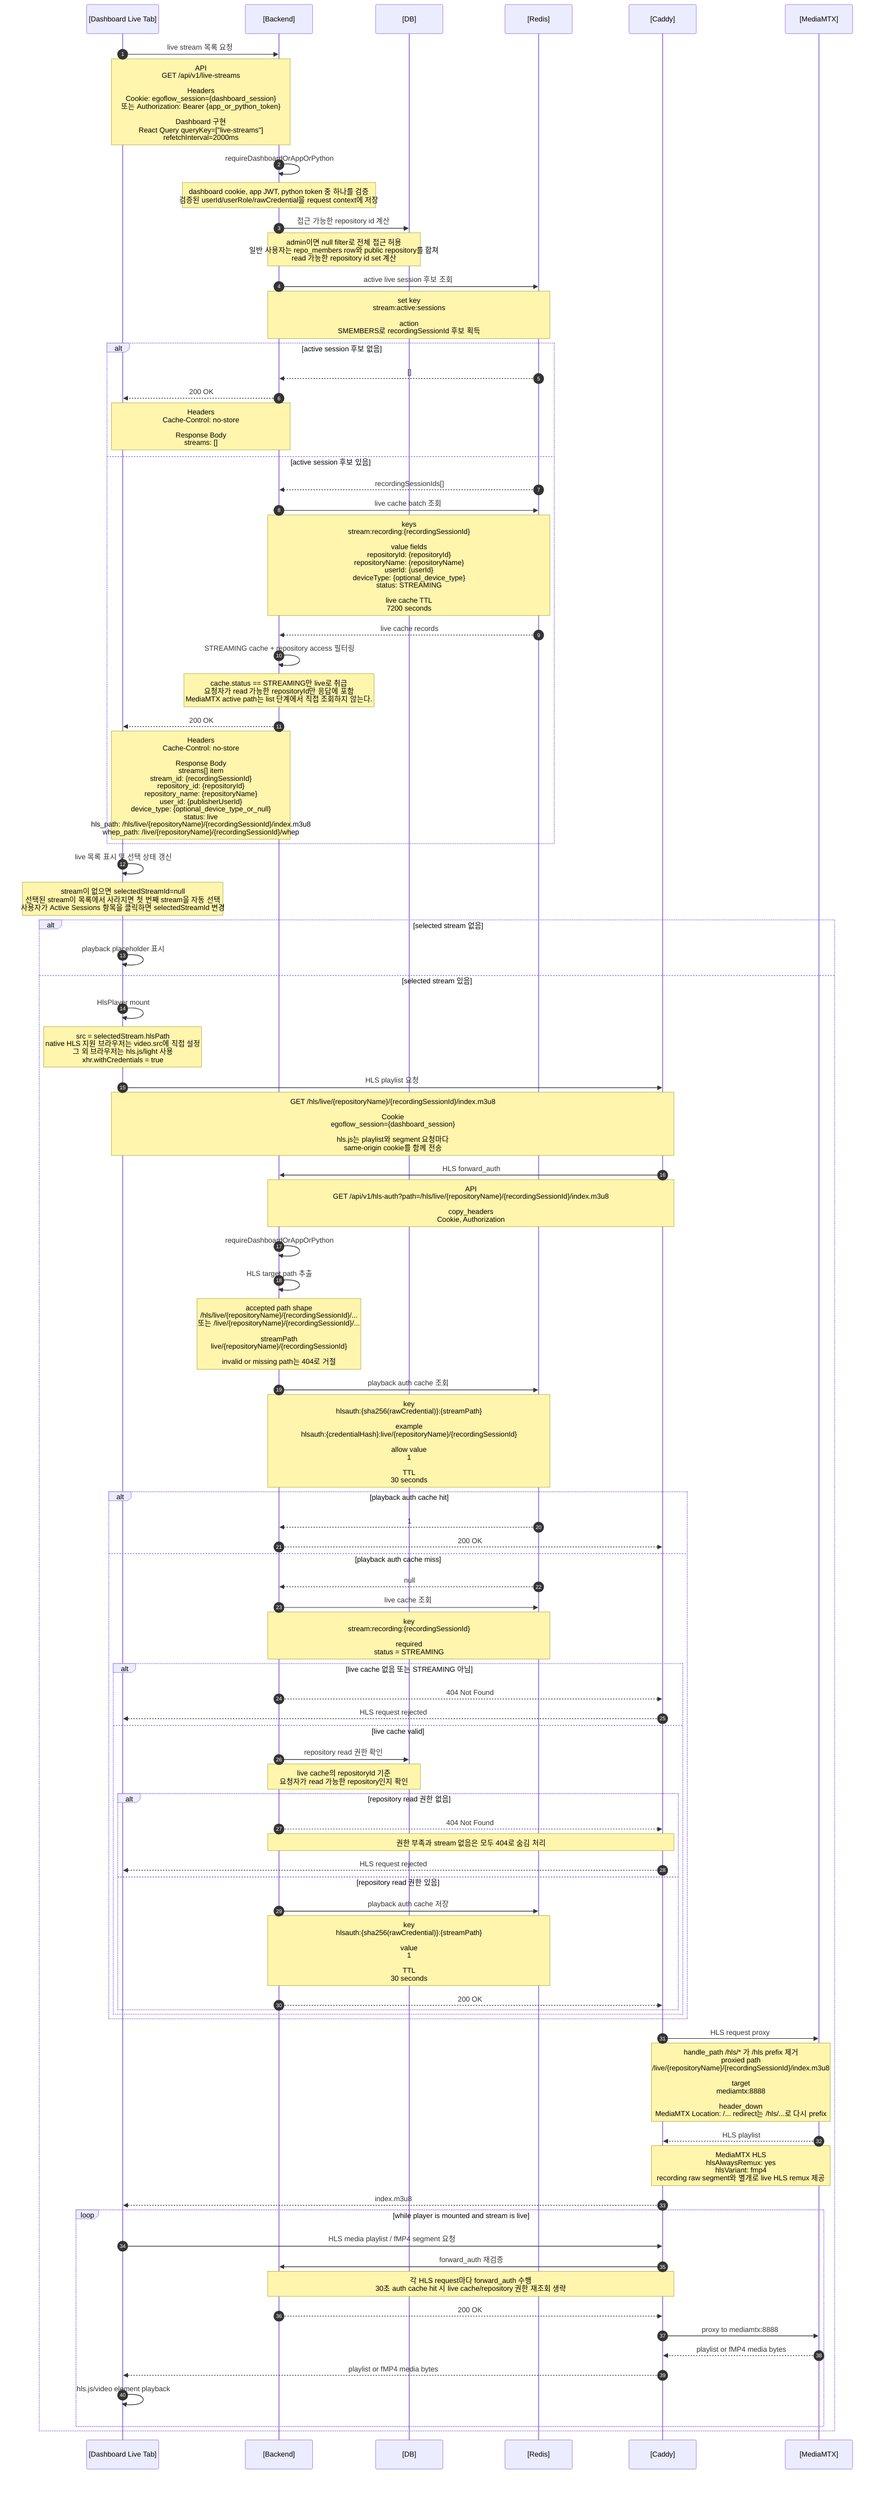
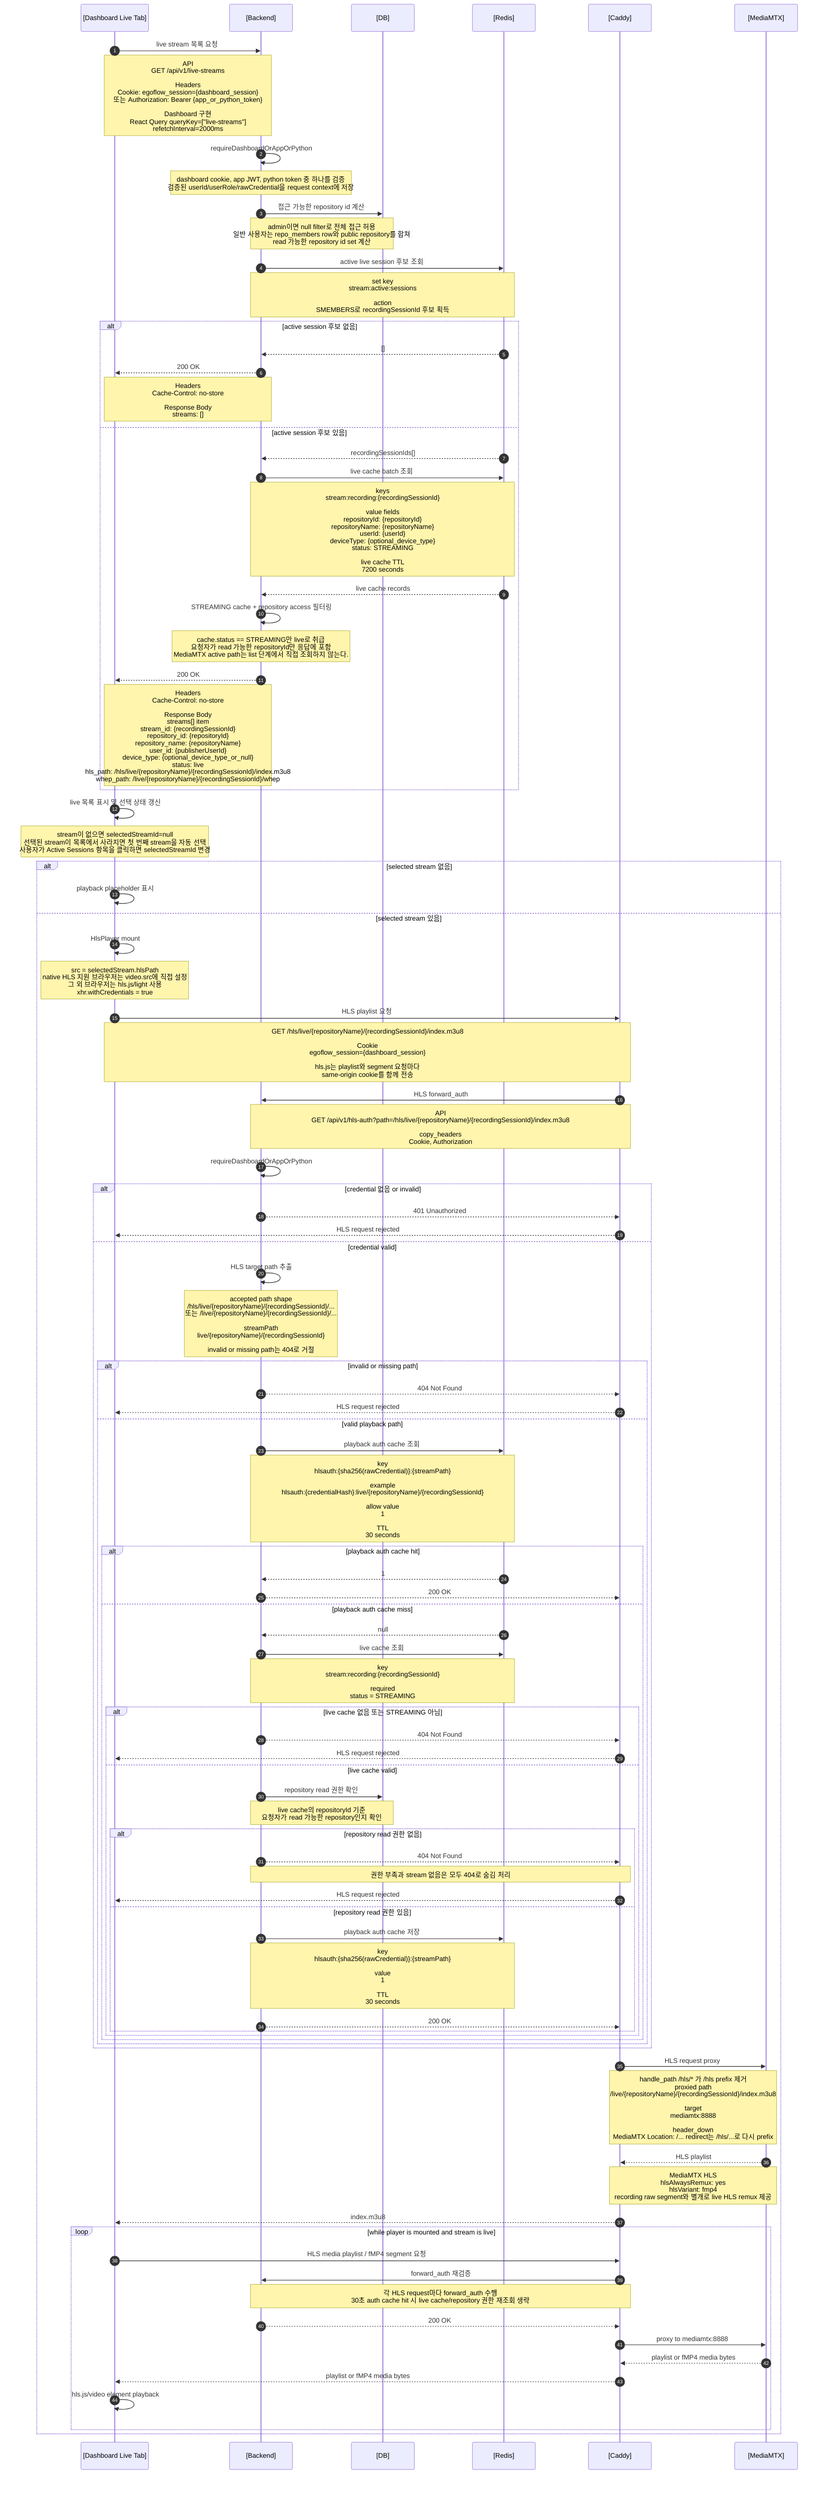
sequenceDiagram
  autonumber
  participant Dashboard as [Dashboard Live Tab]
  participant Backend as [Backend]
  participant DB as [DB]
  participant Redis as [Redis]
  participant Caddy as [Caddy]
  participant MTX as [MediaMTX]

  Dashboard->>Backend: live stream 목록 요청
  Note over Dashboard,Backend: API<br/>GET /api/v1/live-streams<br/><br/>Headers<br/>Cookie: egoflow_session={dashboard_session}<br/>또는 Authorization: Bearer {app_or_python_token}<br/><br/>Dashboard 구현<br/>React Query queryKey=["live-streams"]<br/>refetchInterval=2000ms

  Backend->>Backend: requireDashboardOrAppOrPython
  Note over Backend: dashboard cookie, app JWT, python token 중 하나를 검증<br/>검증된 userId/userRole/rawCredential을 request context에 저장

  Backend->>DB: 접근 가능한 repository id 계산
  Note over Backend,DB: admin이면 null filter로 전체 접근 허용<br/>일반 사용자는 repo_members row와 public repository를 합쳐<br/>read 가능한 repository id set 계산

  Backend->>Redis: active live session 후보 조회
  Note over Backend,Redis: set key<br/>stream:active:sessions<br/><br/>action<br/>SMEMBERS로 recordingSessionId 후보 획득

  alt active session 후보 없음
    Redis-->>Backend: []
    Backend-->>Dashboard: 200 OK
    Note over Backend,Dashboard: Headers<br/>Cache-Control: no-store<br/><br/>Response Body<br/>streams: []
  else active session 후보 있음
    Redis-->>Backend: recordingSessionIds[]
    Backend->>Redis: live cache batch 조회
    Note over Backend,Redis: keys<br/>stream:recording:{recordingSessionId}<br/><br/>value fields<br/>repositoryId: {repositoryId}<br/>repositoryName: {repositoryName}<br/>userId: {userId}<br/>deviceType: {optional_device_type}<br/>status: STREAMING<br/><br/>live cache TTL<br/>7200 seconds

    Redis-->>Backend: live cache records
    Backend->>Backend: STREAMING cache + repository access 필터링
    Note over Backend: cache.status == STREAMING만 live로 취급<br/>요청자가 read 가능한 repositoryId만 응답에 포함<br/>MediaMTX active path는 list 단계에서 직접 조회하지 않는다.

    Backend-->>Dashboard: 200 OK
    Note over Backend,Dashboard: Headers<br/>Cache-Control: no-store<br/><br/>Response Body<br/>streams[] item<br/>stream_id: {recordingSessionId}<br/>repository_id: {repositoryId}<br/>repository_name: {repositoryName}<br/>user_id: {publisherUserId}<br/>device_type: {optional_device_type_or_null}<br/>status: live<br/>hls_path: /hls/live/{repositoryName}/{recordingSessionId}/index.m3u8<br/>whep_path: /live/{repositoryName}/{recordingSessionId}/whep
  end

  Dashboard->>Dashboard: live 목록 표시 및 선택 상태 갱신
  Note over Dashboard: stream이 없으면 selectedStreamId=null<br/>선택된 stream이 목록에서 사라지면 첫 번째 stream을 자동 선택<br/>사용자가 Active Sessions 항목을 클릭하면 selectedStreamId 변경

  alt selected stream 없음
    Dashboard->>Dashboard: playback placeholder 표시
  else selected stream 있음
    Dashboard->>Dashboard: HlsPlayer mount
    Note over Dashboard: src = selectedStream.hlsPath<br/>native HLS 지원 브라우저는 video.src에 직접 설정<br/>그 외 브라우저는 hls.js/light 사용<br/>xhr.withCredentials = true

    Dashboard->>Caddy: HLS playlist 요청
    Note over Dashboard,Caddy: GET /hls/live/{repositoryName}/{recordingSessionId}/index.m3u8<br/><br/>Cookie<br/>egoflow_session={dashboard_session}<br/><br/>hls.js는 playlist와 segment 요청마다<br/>same-origin cookie를 함께 전송

    Caddy->>Backend: HLS forward_auth
    Note over Caddy,Backend: API<br/>GET /api/v1/hls-auth?path=/hls/live/{repositoryName}/{recordingSessionId}/index.m3u8<br/><br/>copy_headers<br/>Cookie, Authorization

    Backend->>Backend: requireDashboardOrAppOrPython
+     alt credential 없음 or invalid
+       Backend-->>Caddy: 401 Unauthorized
+       Caddy-->>Dashboard: HLS request rejected
+     else credential valid
    Backend->>Backend: HLS target path 추출
    Note over Backend: accepted path shape<br/>/hls/live/{repositoryName}/{recordingSessionId}/...<br/>또는 /live/{repositoryName}/{recordingSessionId}/...<br/><br/>streamPath<br/>live/{repositoryName}/{recordingSessionId}<br/><br/>invalid or missing path는 404로 거절

+     alt invalid or missing path
+       Backend-->>Caddy: 404 Not Found
+       Caddy-->>Dashboard: HLS request rejected
+     else valid playback path
    Backend->>Redis: playback auth cache 조회
    Note over Backend,Redis: key<br/>hlsauth:{sha256(rawCredential)}:{streamPath}<br/><br/>example<br/>hlsauth:{credentialHash}:live/{repositoryName}/{recordingSessionId}<br/><br/>allow value<br/>1<br/><br/>TTL<br/>30 seconds

    alt playback auth cache hit
      Redis-->>Backend: 1
      Backend-->>Caddy: 200 OK
    else playback auth cache miss
      Redis-->>Backend: null
      Backend->>Redis: live cache 조회
      Note over Backend,Redis: key<br/>stream:recording:{recordingSessionId}<br/><br/>required<br/>status = STREAMING

      alt live cache 없음 또는 STREAMING 아님
        Backend-->>Caddy: 404 Not Found
        Caddy-->>Dashboard: HLS request rejected
      else live cache valid
        Backend->>DB: repository read 권한 확인
        Note over Backend,DB: live cache의 repositoryId 기준<br/>요청자가 read 가능한 repository인지 확인

        alt repository read 권한 없음
          Backend-->>Caddy: 404 Not Found
          Note over Backend,Caddy: 권한 부족과 stream 없음은 모두 404로 숨김 처리
          Caddy-->>Dashboard: HLS request rejected
        else repository read 권한 있음
          Backend->>Redis: playback auth cache 저장
          Note over Backend,Redis: key<br/>hlsauth:{sha256(rawCredential)}:{streamPath}<br/><br/>value<br/>1<br/><br/>TTL<br/>30 seconds
          Backend-->>Caddy: 200 OK
        end
      end
    end
+     end
+     end

    Caddy->>MTX: HLS request proxy
    Note over Caddy,MTX: handle_path /hls/* 가 /hls prefix 제거<br/>proxied path<br/>/live/{repositoryName}/{recordingSessionId}/index.m3u8<br/><br/>target<br/>mediamtx:8888<br/><br/>header_down<br/>MediaMTX Location: /... redirect는 /hls/...로 다시 prefix

    MTX-->>Caddy: HLS playlist
    Note over MTX,Caddy: MediaMTX HLS<br/>hlsAlwaysRemux: yes<br/>hlsVariant: fmp4<br/>recording raw segment와 별개로 live HLS remux 제공
    Caddy-->>Dashboard: index.m3u8

    loop while player is mounted and stream is live
      Dashboard->>Caddy: HLS media playlist / fMP4 segment 요청
      Caddy->>Backend: forward_auth 재검증
      Note over Caddy,Backend: 각 HLS request마다 forward_auth 수행<br/>30초 auth cache hit 시 live cache/repository 권한 재조회 생략
      Backend-->>Caddy: 200 OK
      Caddy->>MTX: proxy to mediamtx:8888
      MTX-->>Caddy: playlist or fMP4 media bytes
      Caddy-->>Dashboard: playlist or fMP4 media bytes
      Dashboard->>Dashboard: hls.js/video element playback
    end
  end

%% 참고:
%% Dashboard live tab은 별도 playback token을 발급받지 않는다.
%% Backend가 반환한 origin-relative hls_path를 그대로 HlsPlayer에 넘기고,
%% browser는 현재 dashboard origin 기준으로 /hls/... 요청을 보낸다.
%% HLS playback 권한 검증은 /api/v1/auth/rtmp가 아니라 Caddy forward_auth -> /api/v1/hls-auth가 담당한다.
%% MediaMTX read/playback authHTTP callback은 mediamtx.yml authHTTPExclude로 제외되어 있다.
%% stream-not-ready 또는 reconcile로 live pointer가 제거되면 stream:active:sessions와 stream:recording:{recordingSessionId}가 정리되고,
%% 다음 live list에서는 해당 stream이 사라진다. 이후 HLS auth도 stream-not-found로 거절될 수 있다.
